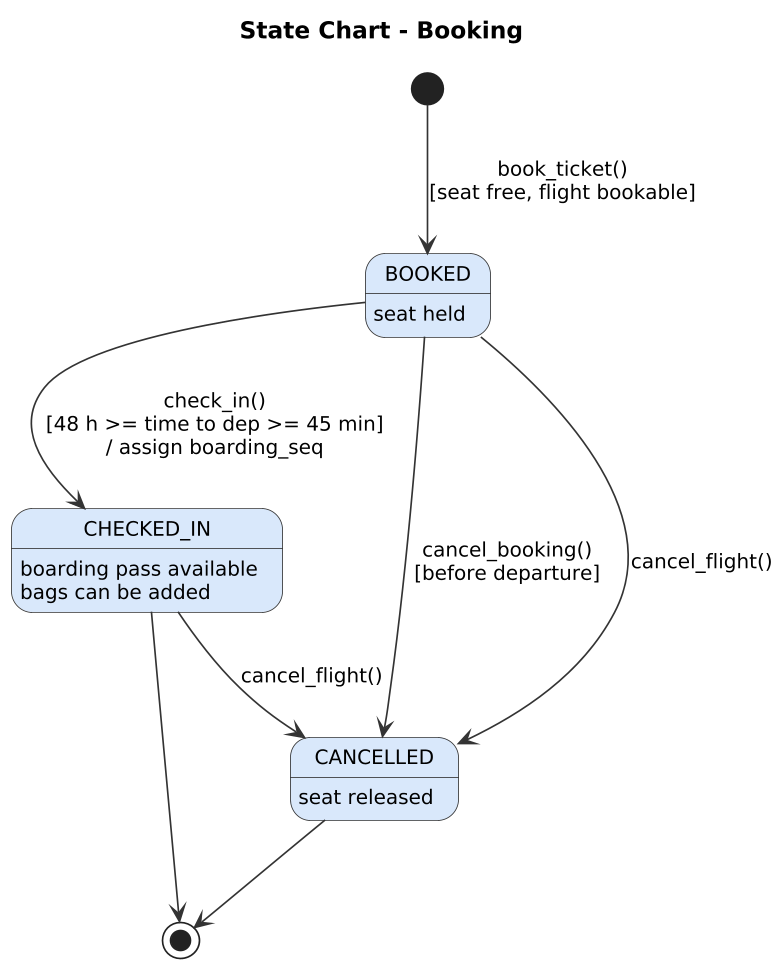
Before: docs/uml/state_booking.png, a diagram exported from PlantUML (praksingh-2702/AirportMS). The source it was exported from:
```plantuml
@startuml
!include _style.iuml
title State Chart - Booking
[*] --> BOOKED : book_ticket()\n[seat free, flight bookable]
BOOKED --> CHECKED_IN : check_in()\n[48 h >= time to dep >= 45 min]\n/ assign boarding_seq
BOOKED --> CANCELLED : cancel_booking()\n[before departure]
BOOKED --> CANCELLED : cancel_flight()
CHECKED_IN --> CANCELLED : cancel_flight()
CHECKED_IN --> [*]
CANCELLED --> [*]
BOOKED : seat held
CHECKED_IN : boarding pass available\nbags can be added
CANCELLED : seat released
@enduml
```
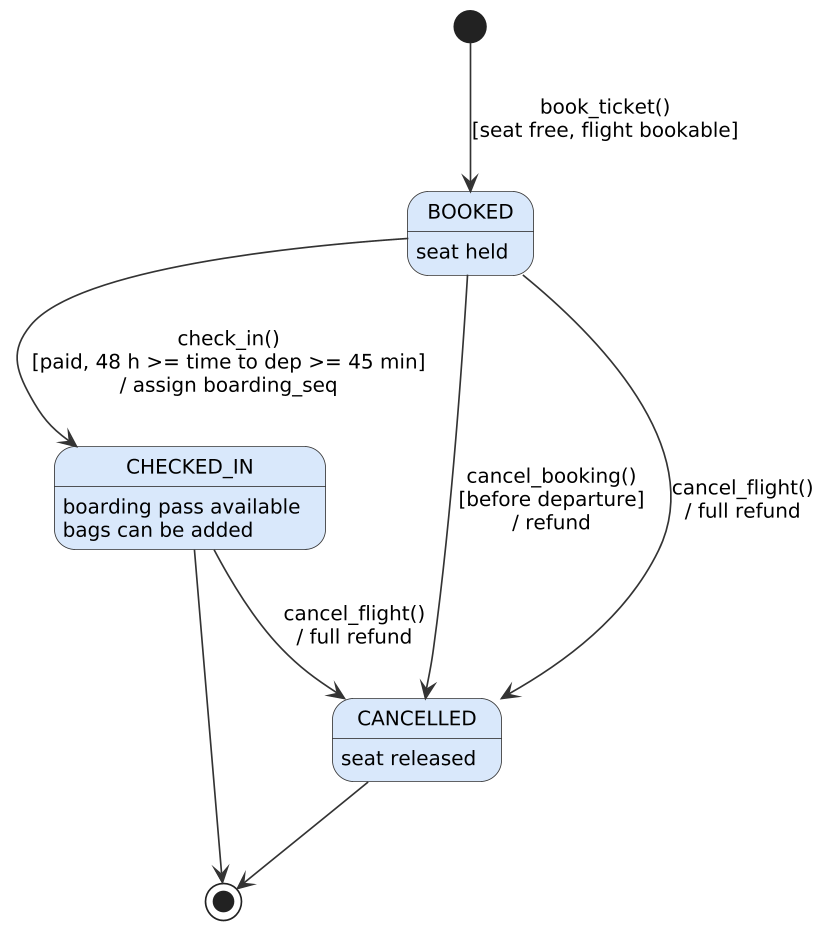
Above is the later version.

Change to the diagram source:
```diff
@@ -1,11 +1,11 @@
 @startuml
 !include _style.iuml
-title State Chart - Booking
+hide empty description
 [*] --> BOOKED : book_ticket()\n[seat free, flight bookable]
-BOOKED --> CHECKED_IN : check_in()\n[48 h >= time to dep >= 45 min]\n/ assign boarding_seq
-BOOKED --> CANCELLED : cancel_booking()\n[before departure]
-BOOKED --> CANCELLED : cancel_flight()
-CHECKED_IN --> CANCELLED : cancel_flight()
+BOOKED --> CHECKED_IN : check_in()\n[paid, 48 h >= time to dep >= 45 min]\n/ assign boarding_seq
+BOOKED --> CANCELLED : cancel_booking()\n[before departure]\n/ refund
+BOOKED --> CANCELLED : cancel_flight()\n/ full refund
+CHECKED_IN --> CANCELLED : cancel_flight()\n/ full refund
 CHECKED_IN --> [*]
 CANCELLED --> [*]
 BOOKED : seat held
```
